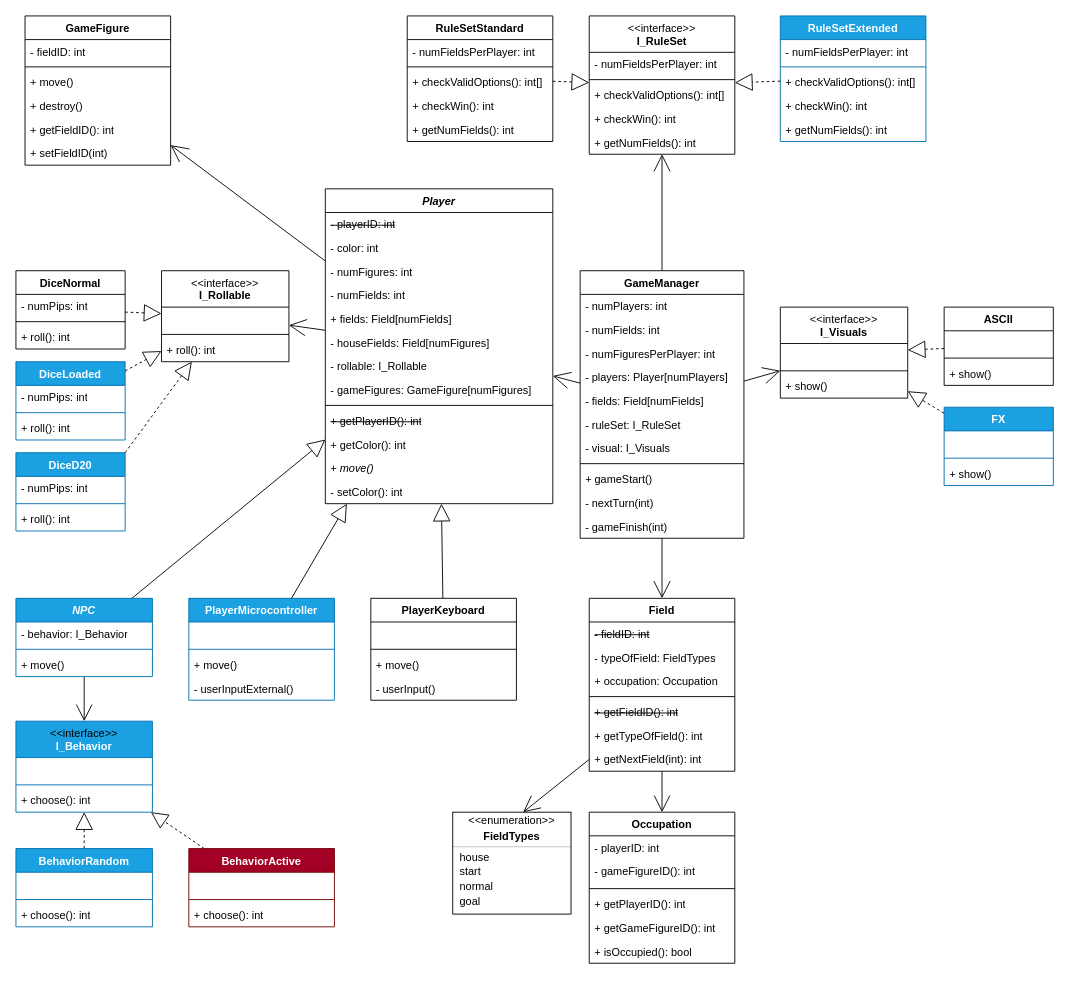
Before: page "Seite-1" (1 of 2) of Rothe/diagramme/KlassendiagrammUML.drawio in Chrisdroid8/EmbeddedSystems, a draw.io diagram. Source tidied: cells renumbered, new cells numbered last; positions are measured from the earlier drawing's top-left corner, leaving out a move shared by most shapes. Both pictures are drawn from the tidied source at 91%, with x=0, y=0 at pixel (15, 15).
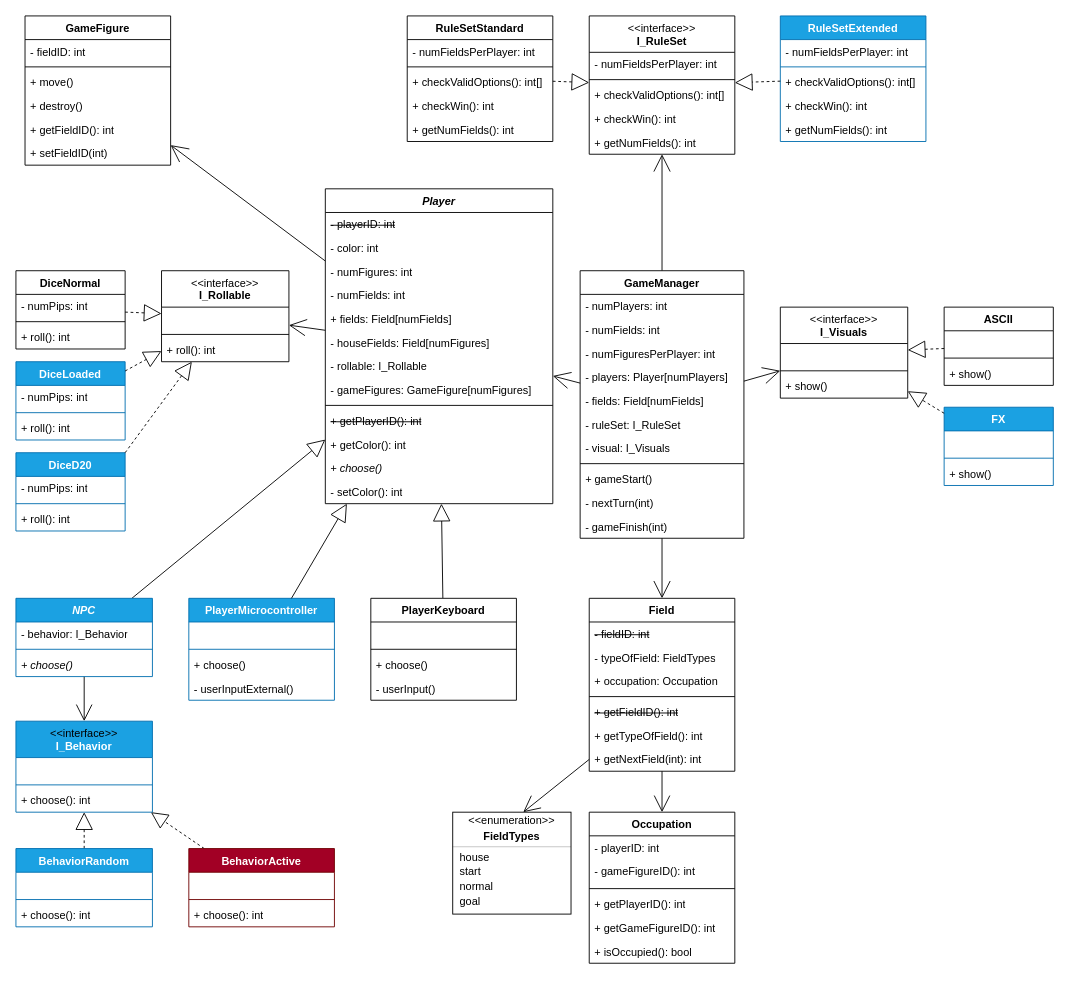
The same diagram, later.

Unchanged cells that the change refers to:
```xml
<mxCell id="12" value="&lt;i&gt;Player&lt;/i&gt;" style="swimlane;fontStyle=1;align=center;verticalAlign=top;horizontal=1;startSize=26;whiteSpace=wrap;html=1;swimlaneLine=1;glass=0;swimlaneFillColor=none;rounded=0;" parent="1" vertex="1">
  <mxGeometry x="340" y="190" width="250" height="346" as="geometry" />
</mxCell>
<mxCell id="88" value="&lt;i&gt;NPC&lt;/i&gt;" style="swimlane;fontStyle=1;align=center;verticalAlign=top;horizontal=1;startSize=26;whiteSpace=wrap;html=1;fillColor=#1ba1e2;fontColor=#ffffff;strokeColor=#006EAF;" parent="1" vertex="1">
  <mxGeometry y="640" width="150" height="86" as="geometry" />
</mxCell>
<mxCell id="92" value="PlayerMicrocontroller" style="swimlane;fontStyle=1;align=center;verticalAlign=top;horizontal=1;startSize=26;whiteSpace=wrap;html=1;fillColor=#1ba1e2;fontColor=#ffffff;strokeColor=#006EAF;" parent="1" vertex="1">
  <mxGeometry x="190" y="640" width="160" height="112" as="geometry" />
</mxCell>
<mxCell id="98" value="PlayerKeyboard" style="swimlane;fontStyle=1;align=center;verticalAlign=top;horizontal=1;startSize=26;whiteSpace=wrap;html=1;" parent="1" vertex="1">
  <mxGeometry x="390" y="640" width="160" height="112" as="geometry" />
</mxCell>
```

Change to the diagram source:
```diff
@@
-    <mxCell id="24" value="&lt;i&gt;+ move()&lt;/i&gt;" style="text;strokeColor=none;fillColor=none;align=left;verticalAlign=top;spacingLeft=4;spacingRight=4;overflow=hidden;whiteSpace=wrap;html=1;rounded=0;" parent="12" vertex="1">
+    <mxCell id="24" value="&lt;i&gt;+ choose()&lt;/i&gt;" style="text;strokeColor=none;fillColor=none;align=left;verticalAlign=top;spacingLeft=4;spacingRight=4;overflow=hidden;whiteSpace=wrap;html=1;rounded=0;" parent="12" vertex="1">
       <mxGeometry y="294" width="250" height="26" as="geometry" />
     </mxCell>
@@
-    <mxCell id="91" value="+ move()" style="text;strokeColor=none;fillColor=none;align=left;verticalAlign=top;spacingLeft=4;spacingRight=4;overflow=hidden;whiteSpace=wrap;html=1;" parent="88" vertex="1">
+    <mxCell id="91" value="&lt;i&gt;+ choose()&lt;/i&gt;" style="text;strokeColor=none;fillColor=none;align=left;verticalAlign=top;spacingLeft=4;spacingRight=4;overflow=hidden;whiteSpace=wrap;html=1;" parent="88" vertex="1">
       <mxGeometry y="60" width="150" height="26" as="geometry" />
     </mxCell>
@@
-    <mxCell id="95" value="+ move()" style="text;strokeColor=none;fillColor=none;align=left;verticalAlign=top;spacingLeft=4;spacingRight=4;overflow=hidden;whiteSpace=wrap;html=1;" parent="92" vertex="1">
+    <mxCell id="95" value="+ choose()" style="text;strokeColor=none;fillColor=none;align=left;verticalAlign=top;spacingLeft=4;spacingRight=4;overflow=hidden;whiteSpace=wrap;html=1;" parent="92" vertex="1">
       <mxGeometry y="60" width="160" height="26" as="geometry" />
     </mxCell>
@@
-    <mxCell id="101" value="+ move()" style="text;strokeColor=none;fillColor=none;align=left;verticalAlign=top;spacingLeft=4;spacingRight=4;overflow=hidden;whiteSpace=wrap;html=1;" parent="98" vertex="1">
+    <mxCell id="101" value="+ choose()" style="text;strokeColor=none;fillColor=none;align=left;verticalAlign=top;spacingLeft=4;spacingRight=4;overflow=hidden;whiteSpace=wrap;html=1;" parent="98" vertex="1">
       <mxGeometry y="60" width="160" height="26" as="geometry" />
     </mxCell>
```
